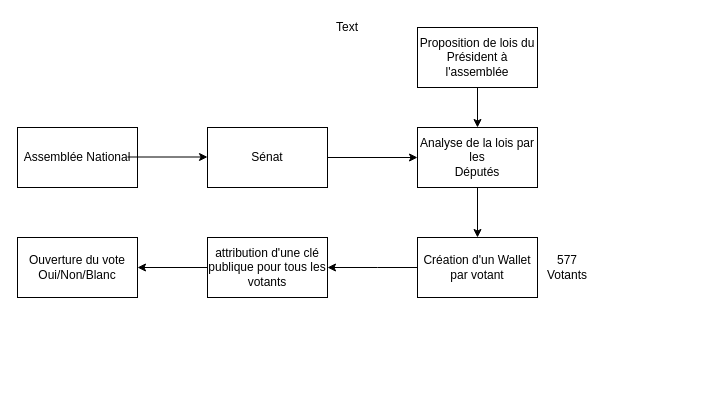
Aissadr/TP2 keeps this draw.io diagram as Untitled Diagram.drawio. Above is the earlier version. Source tidied: cells renumbered, new cells numbered last; positions are measured from the earlier drawing's top-left corner, leaving out a move shared by most shapes. Both pictures are drawn from the tidied source at 100%, with x=0, y=0 at pixel (17, 17).
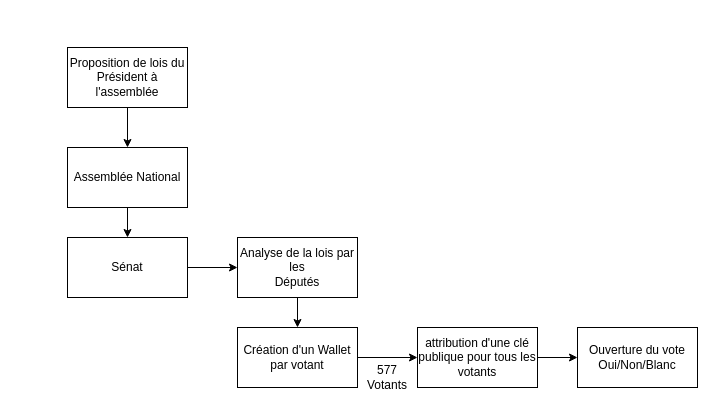
After the change.

What changed in the source:
```diff
@@
+    <mxCell id="17" style="edgeStyle=orthogonalEdgeStyle;rounded=0;jettySize=auto;html=1;" parent="1" edge="1" source="2" target="4">
+      <mxGeometry relative="1" as="geometry" />
+    </mxCell>
     <mxCell id="2" value="Assemblée National" style="rounded=0;whiteSpace=wrap;html=1;" parent="1" vertex="1">
-      <mxGeometry y="110" width="120" height="60" as="geometry" />
+      <mxGeometry x="50" y="130" width="120" height="60" as="geometry" />
     </mxCell>
-    <mxCell id="3" style="endArrow=classic;html=1;" parent="1" edge="1">
-      <mxGeometry relative="1" as="geometry">
-        <mxPoint x="110" y="139.5" as="sourcePoint" />
-        <mxPoint x="190" y="139.5" as="targetPoint" />
-      </mxGeometry>
-    </mxCell>
     <mxCell id="4" value="&lt;div&gt;Sénat&lt;/div&gt;" style="rounded=0;whiteSpace=wrap;html=1;" parent="1" vertex="1">
-      <mxGeometry x="190" y="110" width="120" height="60" as="geometry" />
+      <mxGeometry x="50" y="220" width="120" height="60" as="geometry" />
     </mxCell>
+    <mxCell id="18" style="edgeStyle=orthogonalEdgeStyle;rounded=0;jettySize=auto;html=1;" parent="1" edge="1" source="5" target="13">
+      <mxGeometry relative="1" as="geometry" />
+    </mxCell>
     <mxCell id="5" value="&lt;div&gt;Analyse de la lois par les &lt;br&gt;&lt;/div&gt;&lt;div&gt;Députés&lt;br&gt;&lt;/div&gt;" style="rounded=0;whiteSpace=wrap;html=1;" parent="1" vertex="1">
-      <mxGeometry x="400" y="110" width="120" height="60" as="geometry" />
+      <mxGeometry x="220" y="220" width="120" height="60" as="geometry" />
     </mxCell>
-    <mxCell id="6" style="endArrow=classic;html=1;entryX=0;entryY=0.5;entryDx=0;entryDy=0;exitX=1;exitY=0.5;exitDx=0;exitDy=0;" parent="1" edge="1" source="4" target="5">
-      <mxGeometry relative="1" as="geometry" />
-    </mxCell>
+    <mxCell id="9" value="&lt;div&gt;577&lt;/div&gt;&lt;div&gt;Votants&lt;br&gt;&lt;/div&gt;" style="text;html=1;strokeColor=none;fillColor=none;align=center;verticalAlign=middle;whiteSpace=wrap;rounded=0;" parent="1" vertex="1">
+      <mxGeometry x="350" y="350" width="40" height="20" as="geometry" />
+    </mxCell>
+    <mxCell id="19" style="edgeStyle=orthogonalEdgeStyle;rounded=0;jettySize=auto;html=1;entryX=0.5;entryY=0;entryDx=0;entryDy=0;" parent="1" edge="1" source="10" target="2">
+      <mxGeometry relative="1" as="geometry" />
+    </mxCell>
+    <mxCell id="10" value="Proposition de lois du Président à l'assemblée" style="rounded=0;whiteSpace=wrap;html=1;" parent="1" vertex="1">
+      <mxGeometry x="50" y="30" width="120" height="60" as="geometry" />
+    </mxCell>
+    <mxCell id="12" style="endArrow=classic;html=1;exitX=1;exitY=0.5;exitDx=0;exitDy=0;entryX=0;entryY=0.5;entryDx=0;entryDy=0;" parent="1" edge="1" source="4" target="5">
+      <mxGeometry relative="1" as="geometry" />
+    </mxCell>
-    <mxCell id="7" style="edgeStyle=orthogonalEdgeStyle;rounded=0;jettySize=auto;html=1;exitX=0;exitY=0.5;exitDx=0;exitDy=0;entryX=1;entryY=0.5;entryDx=0;entryDy=0;" parent="1" edge="1" source="13" target="15">
-      <mxGeometry relative="1" as="geometry">
-        <Array as="points">
-          <mxPoint x="360" y="250" />
-          <mxPoint x="360" y="250" />
-        </Array>
-      </mxGeometry>
+    <mxCell id="7" style="edgeStyle=orthogonalEdgeStyle;rounded=0;jettySize=auto;html=1;exitX=1;exitY=0.5;exitDx=0;exitDy=0;entryX=0;entryY=0.5;entryDx=0;entryDy=0;" parent="1" edge="1" source="13" target="15">
+      <mxGeometry relative="1" as="geometry" />
     </mxCell>
-    <mxCell id="8" style="endArrow=classic;html=1;exitX=0.5;exitY=1;exitDx=0;exitDy=0;entryX=0.5;entryY=0;entryDx=0;entryDy=0;" parent="1" edge="1" source="5">
-      <mxGeometry relative="1" as="geometry">
-        <mxPoint x="460" y="220" as="targetPoint" />
-      </mxGeometry>
-    </mxCell>
-    <mxCell id="9" value="&lt;div&gt;577&lt;/div&gt;&lt;div&gt;Votants&lt;br&gt;&lt;/div&gt;" style="text;html=1;strokeColor=none;fillColor=none;align=center;verticalAlign=middle;whiteSpace=wrap;rounded=0;" parent="1" vertex="1">
-      <mxGeometry x="530" y="240" width="40" height="20" as="geometry" />
-    </mxCell>
-    <mxCell id="10" value="Proposition de lois du Président à l'assemblée" style="rounded=0;whiteSpace=wrap;html=1;" parent="1" vertex="1">
-      <mxGeometry x="400" y="10" width="120" height="60" as="geometry" />
-    </mxCell>
-    <mxCell id="11" value="Text" style="text;html=1;strokeColor=none;fillColor=none;align=center;verticalAlign=middle;whiteSpace=wrap;rounded=0;" parent="1" vertex="1">
-      <mxGeometry x="310" width="40" height="20" as="geometry" />
-    </mxCell>
-    <mxCell id="12" style="endArrow=classic;html=1;entryX=0.5;entryY=0;entryDx=0;entryDy=0;" parent="1" edge="1" target="5">
-      <mxGeometry relative="1" as="geometry">
-        <mxPoint x="460" y="70" as="sourcePoint" />
-      </mxGeometry>
-    </mxCell>
     <mxCell id="13" value="Création d'un Wallet par votant" style="rounded=0;whiteSpace=wrap;html=1;" parent="1" vertex="1">
-      <mxGeometry x="400" y="220" width="120" height="60" as="geometry" />
+      <mxGeometry x="220" y="310" width="120" height="60" as="geometry" />
     </mxCell>
-    <mxCell id="14" style="edgeStyle=orthogonalEdgeStyle;rounded=0;jettySize=auto;html=1;entryX=1;entryY=0.5;entryDx=0;entryDy=0;" parent="1" edge="1" source="15" target="16">
+    <mxCell id="14" style="edgeStyle=orthogonalEdgeStyle;rounded=0;jettySize=auto;html=1;exitX=1;exitY=0.5;exitDx=0;exitDy=0;entryX=0;entryY=0.5;entryDx=0;entryDy=0;" parent="1" edge="1" source="15" target="16">
       <mxGeometry relative="1" as="geometry" />
     </mxCell>
     <mxCell id="15" value="attribution d'une clé publique pour tous les votants" style="rounded=0;whiteSpace=wrap;html=1;" parent="1" vertex="1">
-      <mxGeometry x="190" y="220" width="120" height="60" as="geometry" />
+      <mxGeometry x="400" y="310" width="120" height="60" as="geometry" />
     </mxCell>
     <mxCell id="16" value="&lt;div&gt;Ouverture du vote&lt;/div&gt;&lt;div&gt;Oui/Non/Blanc&lt;br&gt;&lt;/div&gt;" style="rounded=0;whiteSpace=wrap;html=1;" parent="1" vertex="1">
-      <mxGeometry y="220" width="120" height="60" as="geometry" />
+      <mxGeometry x="560" y="310" width="120" height="60" as="geometry" />
     </mxCell>
```
